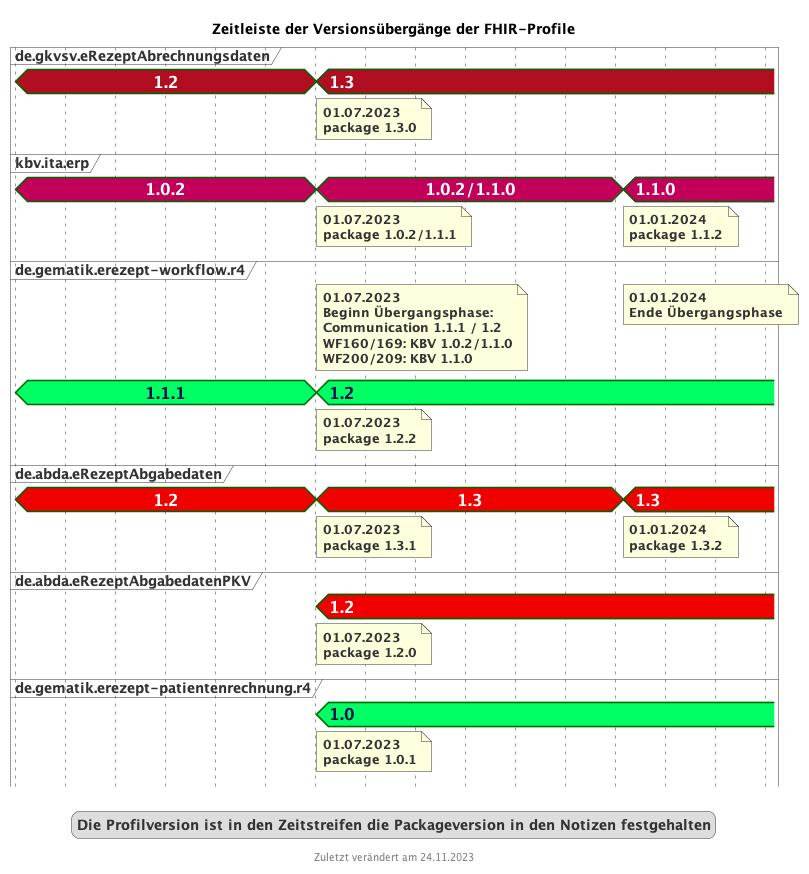
This is images/puml_fhir_version_timeline.png from gematik/api-erp, a PlantUML export, as it was before one commit.
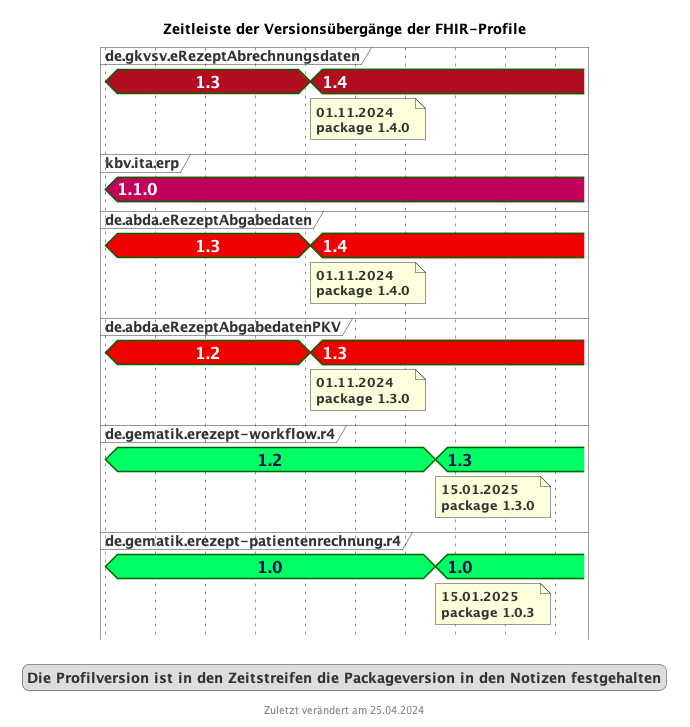
The same file after the commit.

What changed in the source:
```diff
@@ -28,49 +28,45 @@
 }
 </style>
 title Zeitleiste der Versionsübergänge der FHIR-Profile
-footer Zuletzt verändert am 24.11.2023
+footer Zuletzt verändert am 25.04.2024
 
 
 concise "de.gkvsv.eRezeptAbrechnungsdaten" as GKV <<gkvcolor>>
 concise "kbv.ita.erp" as KBV <<kbvcolor>>
-concise "de.gematik.erezept-workflow.r4" as gematik <<gematikcolor>>
 concise "de.abda.eRezeptAbgabedaten" as DAV <<davcolor>>
 concise "de.abda.eRezeptAbgabedatenPKV" as PKV <<davcolor>>
+concise "de.gematik.erezept-workflow.r4" as gematik <<gematikcolor>>
 concise "de.gematik.erezept-patientenrechnung.r4" as gematikpkv <<gematikcolor>>
 
 
 scale 2592000 as 50 pixels
 hide time-axis
 
-@2023/01/01
-GKV is 1.2
-KBV is 1.0.2
-DAV is 1.2
-gematik is 1.1.1
-
-@2023/07/01
-note bottom of KBV : 01.07.2023\npackage 1.0.2/1.1.1
-note bottom of GKV : 01.07.2023\npackage 1.3.0
-note bottom of PKV : 01.07.2023\npackage 1.2.0
-note top of gematik : 01.07.2023\nBeginn Übergangsphase:\nCommunication 1.1.1 / 1.2\nWF160/169: KBV 1.0.2/1.1.0\nWF200/209: KBV 1.1.0
-note bottom of gematik : 01.07.2023\npackage 1.2.2
-note bottom of gematikpkv : 01.07.2023\npackage 1.0.1
-note bottom of DAV : 01.07.2023\npackage 1.3.1
-KBV is "1.0.2/1.1.0"
+@2024/07/01
+GKV is 1.3
+KBV is 1.1.0
+DAV is 1.3
 gematik is 1.2
 gematikpkv is 1.0
-DAV is 1.3
 PKV is 1.2
-GKV is 1.3
 
-@2024/01/01
-note bottom of KBV : 01.01.2024\npackage 1.1.2
-note top of gematik : 01.01.2024\nEnde Übergangsphase
-note bottom of DAV : 01.01.2024\npackage 1.3.2
-KBV is 1.1.0
-DAV is 1.3
 
-@2024/03/01
+@2024/11/01
+GKV is 1.4
+note bottom of GKV : 01.11.2024\npackage 1.4.0
+DAV is 1.4
+note bottom of DAV : 01.11.2024\npackage 1.4.0
+PKV is 1.3
+note bottom of PKV : 01.11.2024\npackage 1.3.0
+
+@2025/01/15
+gematik is 1.3
+note bottom of gematik : 15.01.2025\npackage 1.3.0
+gematikpkv is 1.0
+note bottom of gematikpkv : 15.01.2025\npackage 1.0.3
+
+
+@2025/03/15
 
 legend
 Die Profilversion ist in den Zeitstreifen die Packageversion in den Notizen festgehalten
```
